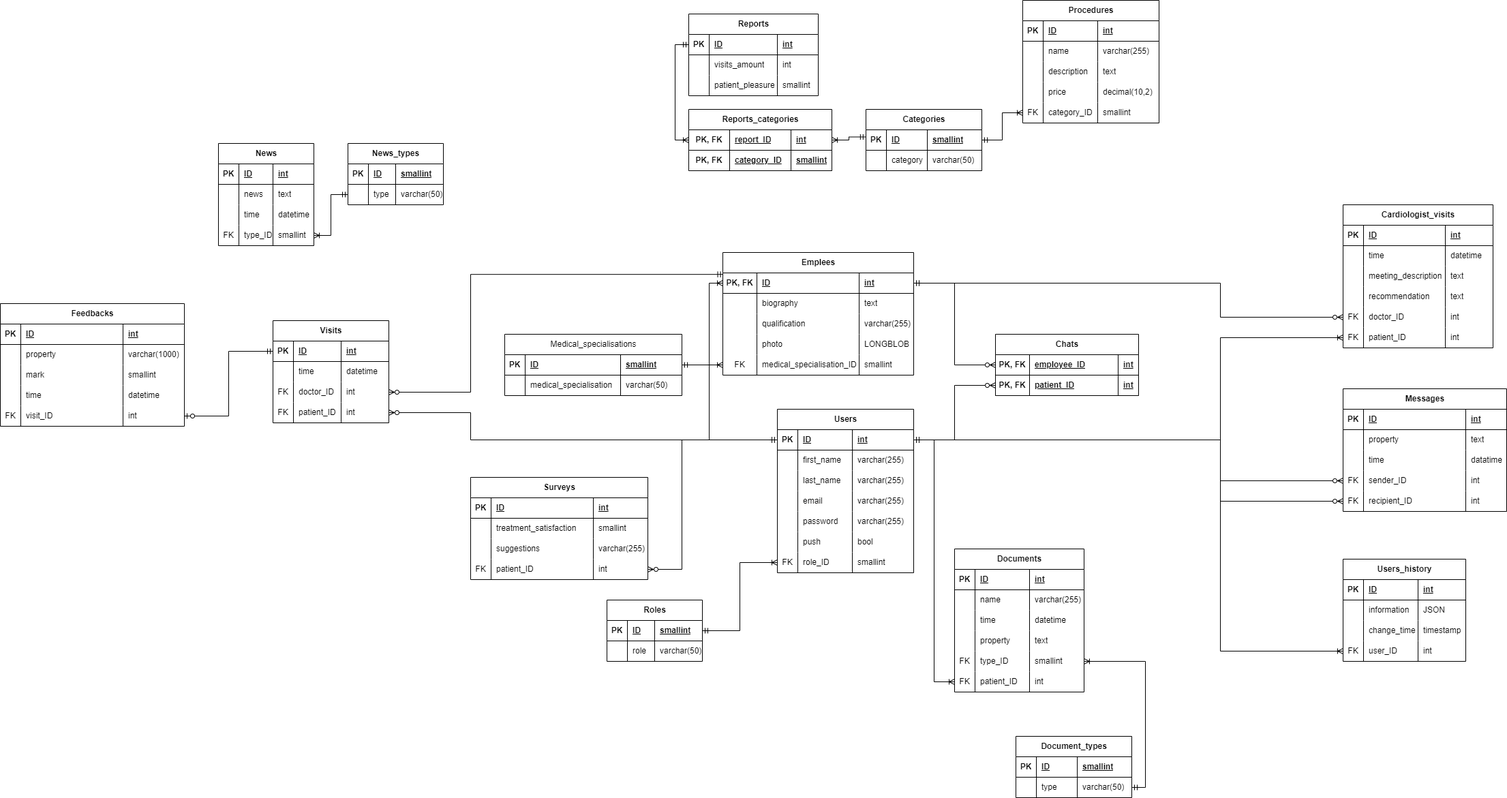
Before: Medical-Clinic-Management-Application.drawio.png, a diagram exported from draw.io (Yuliy8051/Medical-Clinic-Management-Application). Source tidied: cells renumbered, new cells last; positions are measured from the earlier drawing's top-left corner, leaving out a move shared by most shapes.
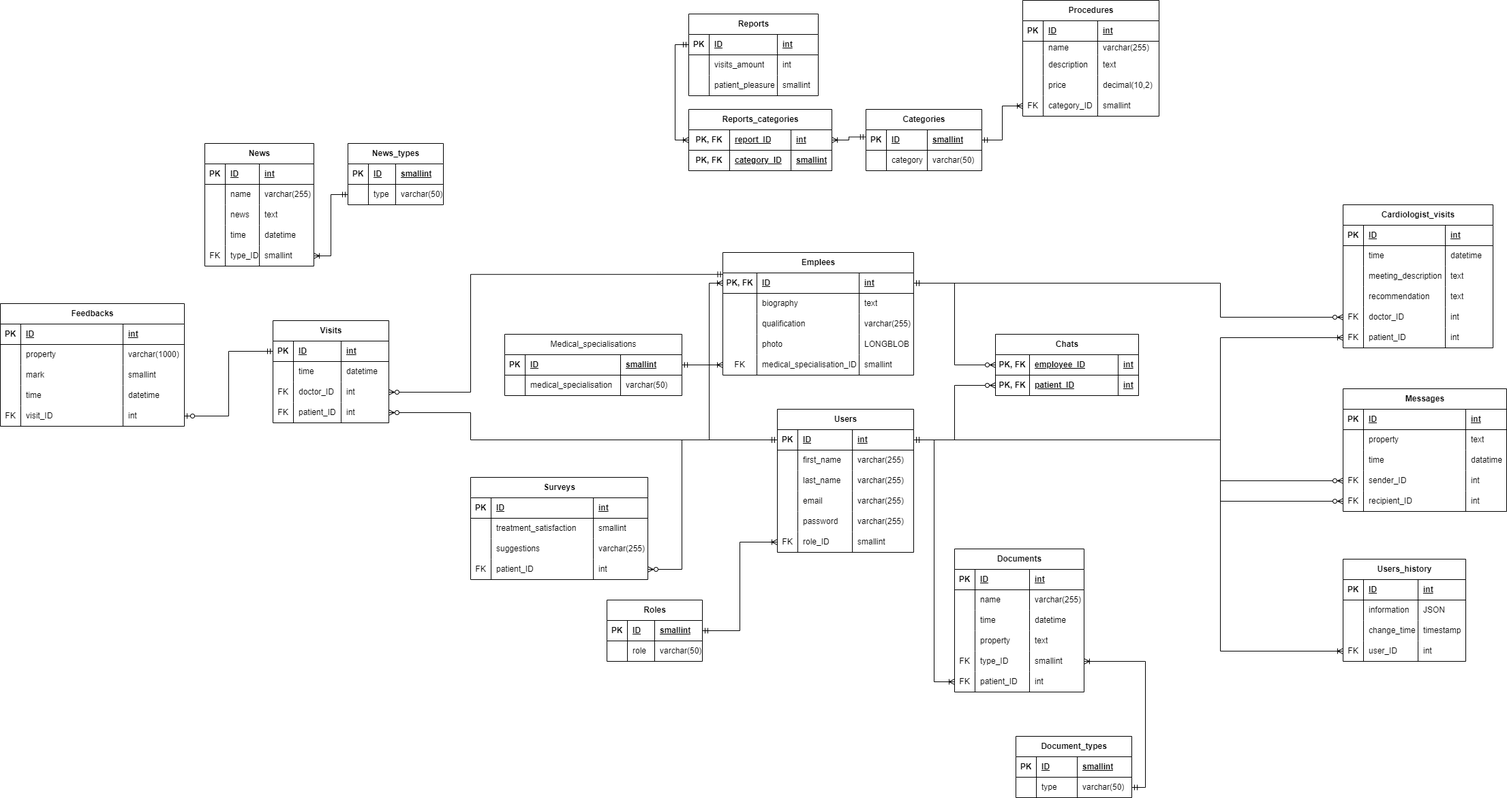
After the change.

Commit message:
Actualisation of database ERD

Change to the diagram source:
```diff
@@ -3,7 +3,7 @@
     <mxCell id="0" />
     <mxCell id="1" parent="0" />
     <mxCell id="2" value="Users" style="shape=table;startSize=30;rowLines=0;fontStyle=1;align=center;html=1;" parent="1" vertex="1">
-      <mxGeometry x="1140" y="600" width="200" height="240" as="geometry" />
+      <mxGeometry x="1140" y="600" width="200" height="210" as="geometry" />
     </mxCell>
     <mxCell id="3" style="shape=tableRow;horizontal=0;startSize=0;swimlaneHead=0;swimlaneBody=0;fillColor=none;points=[[0,0.5],[1,0.5]];portConstraint=eastwest;top=0;left=0;right=0;bottom=1;" parent="2" vertex="1">
       <mxGeometry y="30" width="200" height="30" as="geometry" />
@@ -65,20 +65,8 @@
     <mxCell id="22" value="varchar(255)" style="shape=partialRectangle;fillColor=none;top=0;left=0;bottom=0;right=0;align=left;spacingLeft=6;overflow=hidden;whiteSpace=wrap;html=1;" parent="19" vertex="1">
       <mxGeometry x="110" width="90" height="30" as="geometry" />
     </mxCell>
-    <mxCell id="23" style="shape=tableRow;horizontal=0;startSize=0;swimlaneHead=0;swimlaneBody=0;fillColor=none;top=0;left=0;right=0;bottom=0;" parent="2" vertex="1">
-      <mxGeometry y="180" width="200" height="30" as="geometry" />
-    </mxCell>
-    <mxCell id="24" style="shape=partialRectangle;fillColor=none;top=0;left=0;bottom=0;right=0;overflow=hidden;whiteSpace=wrap;html=1;" parent="23" vertex="1">
-      <mxGeometry width="30" height="30" as="geometry" />
-    </mxCell>
-    <mxCell id="25" value="push" style="shape=partialRectangle;fillColor=none;top=0;left=0;bottom=0;right=0;align=left;spacingLeft=6;overflow=hidden;whiteSpace=wrap;html=1;" parent="23" vertex="1">
-      <mxGeometry x="30" width="80" height="30" as="geometry" />
-    </mxCell>
-    <mxCell id="26" value="bool" style="shape=partialRectangle;fillColor=none;top=0;left=0;bottom=0;right=0;align=left;spacingLeft=6;overflow=hidden;whiteSpace=wrap;html=1;" parent="23" vertex="1">
-      <mxGeometry x="110" width="90" height="30" as="geometry" />
-    </mxCell>
     <mxCell id="27" style="shape=tableRow;horizontal=0;startSize=0;swimlaneHead=0;swimlaneBody=0;fillColor=none;points=[[0,0.5],[1,0.5]];portConstraint=eastwest;top=0;left=0;right=0;bottom=0;" parent="2" vertex="1">
-      <mxGeometry y="210" width="200" height="30" as="geometry" />
+      <mxGeometry y="180" width="200" height="30" as="geometry" />
     </mxCell>
     <mxCell id="28" value="FK" style="shape=partialRectangle;fillColor=none;top=0;left=0;bottom=0;right=0;overflow=hidden;whiteSpace=wrap;html=1;" parent="27" vertex="1">
       <mxGeometry width="30" height="30" as="geometry" />
@@ -243,7 +231,7 @@
       <mxGeometry x="110" width="70" height="30" as="geometry" />
     </mxCell>
     <mxCell id="82" value="Procedures" style="shape=table;startSize=30;rowLines=0;fontStyle=1;align=center;html=1;" parent="1" vertex="1">
-      <mxGeometry x="1500" width="200" height="180" as="geometry" />
+      <mxGeometry x="1500" width="200" height="170" as="geometry" />
     </mxCell>
     <mxCell id="83" style="shape=tableRow;horizontal=0;startSize=0;swimlaneHead=0;swimlaneBody=0;fillColor=none;top=0;left=0;right=0;bottom=1;" parent="82" vertex="1">
       <mxGeometry y="30" width="200" height="30" as="geometry" />
@@ -258,19 +246,19 @@
       <mxGeometry x="110" width="90" height="30" as="geometry" />
     </mxCell>
     <mxCell id="87" style="shape=tableRow;horizontal=0;startSize=0;swimlaneHead=0;swimlaneBody=0;fillColor=none;top=0;left=0;right=0;bottom=0;" parent="82" vertex="1">
-      <mxGeometry y="60" width="200" height="30" as="geometry" />
+      <mxGeometry y="60" width="200" height="20" as="geometry" />
     </mxCell>
     <mxCell id="88" style="shape=partialRectangle;fillColor=none;top=0;left=0;bottom=0;right=0;overflow=hidden;whiteSpace=wrap;html=1;" parent="87" vertex="1">
-      <mxGeometry width="30" height="30" as="geometry" />
+      <mxGeometry width="30" height="20" as="geometry" />
     </mxCell>
     <mxCell id="89" value="name" style="shape=partialRectangle;fillColor=none;top=0;left=0;bottom=0;right=0;align=left;spacingLeft=6;overflow=hidden;whiteSpace=wrap;html=1;" parent="87" vertex="1">
-      <mxGeometry x="30" width="80" height="30" as="geometry" />
+      <mxGeometry x="30" width="80" height="20" as="geometry" />
     </mxCell>
     <mxCell id="90" value="varchar(255)" style="shape=partialRectangle;fillColor=none;top=0;left=0;bottom=0;right=0;align=left;spacingLeft=6;overflow=hidden;whiteSpace=wrap;html=1;" parent="87" vertex="1">
-      <mxGeometry x="110" width="90" height="30" as="geometry" />
+      <mxGeometry x="110" width="90" height="20" as="geometry" />
     </mxCell>
     <mxCell id="91" style="shape=tableRow;horizontal=0;startSize=0;swimlaneHead=0;swimlaneBody=0;fillColor=none;top=0;left=0;right=0;bottom=0;" parent="82" vertex="1">
-      <mxGeometry y="90" width="200" height="30" as="geometry" />
+      <mxGeometry y="80" width="200" height="30" as="geometry" />
     </mxCell>
     <mxCell id="92" style="shape=partialRectangle;fillColor=none;top=0;left=0;bottom=0;right=0;overflow=hidden;whiteSpace=wrap;html=1;" parent="91" vertex="1">
       <mxGeometry width="30" height="30" as="geometry" />
@@ -282,7 +270,7 @@
       <mxGeometry x="110" width="90" height="30" as="geometry" />
     </mxCell>
     <mxCell id="95" style="shape=tableRow;horizontal=0;startSize=0;swimlaneHead=0;swimlaneBody=0;fillColor=none;top=0;left=0;right=0;bottom=0;" parent="82" vertex="1">
-      <mxGeometry y="120" width="200" height="30" as="geometry" />
+      <mxGeometry y="110" width="200" height="30" as="geometry" />
     </mxCell>
     <mxCell id="96" style="shape=partialRectangle;fillColor=none;top=0;left=0;bottom=0;right=0;overflow=hidden;whiteSpace=wrap;html=1;" parent="95" vertex="1">
       <mxGeometry width="30" height="30" as="geometry" />
@@ -294,7 +282,7 @@
       <mxGeometry x="110" width="90" height="30" as="geometry" />
     </mxCell>
     <mxCell id="99" style="shape=tableRow;horizontal=0;startSize=0;swimlaneHead=0;swimlaneBody=0;fillColor=none;points=[[0,0.5],[1,0.5]];portConstraint=eastwest;top=0;left=0;right=0;bottom=0;" parent="82" vertex="1">
-      <mxGeometry y="150" width="200" height="30" as="geometry" />
+      <mxGeometry y="140" width="200" height="30" as="geometry" />
     </mxCell>
     <mxCell id="100" value="FK" style="shape=partialRectangle;fillColor=none;top=0;left=0;bottom=0;right=0;overflow=hidden;whiteSpace=wrap;html=1;" parent="99" vertex="1">
       <mxGeometry width="30" height="30" as="geometry" />
@@ -423,10 +411,10 @@
       <mxGeometry x="170" width="90" height="30" as="geometry" />
     </mxCell>
     <mxCell id="142" value="News" style="shape=table;startSize=30;rowLines=0;fontStyle=1;align=center;html=1;" parent="1" vertex="1">
-      <mxGeometry x="320" y="210" width="140" height="150" as="geometry" />
+      <mxGeometry x="300" y="210" width="160" height="180" as="geometry" />
     </mxCell>
     <mxCell id="143" style="shape=tableRow;horizontal=0;startSize=0;swimlaneHead=0;swimlaneBody=0;fillColor=none;top=0;left=0;right=0;bottom=1;" parent="142" vertex="1">
-      <mxGeometry y="30" width="140" height="30" as="geometry" />
+      <mxGeometry y="30" width="160" height="30" as="geometry" />
     </mxCell>
     <mxCell id="144" value="PK" style="shape=partialRectangle;fillColor=none;top=0;left=0;bottom=0;right=0;fontStyle=1;overflow=hidden;whiteSpace=wrap;html=1;" parent="143" vertex="1">
       <mxGeometry width="30" height="30" as="geometry" />
@@ -435,10 +423,22 @@
       <mxGeometry x="30" width="50" height="30" as="geometry" />
     </mxCell>
     <mxCell id="146" value="int" style="shape=partialRectangle;fillColor=none;top=0;left=0;bottom=0;right=0;align=left;spacingLeft=6;fontStyle=5;overflow=hidden;whiteSpace=wrap;html=1;" parent="143" vertex="1">
-      <mxGeometry x="80" width="60" height="30" as="geometry" />
+      <mxGeometry x="80" width="80" height="30" as="geometry" />
     </mxCell>
+    <mxCell id="329" style="shape=tableRow;horizontal=0;startSize=0;swimlaneHead=0;swimlaneBody=0;fillColor=none;top=0;left=0;right=0;bottom=0;" parent="142" vertex="1">
+      <mxGeometry y="60" width="160" height="30" as="geometry" />
+    </mxCell>
+    <mxCell id="24" style="shape=partialRectangle;fillColor=none;top=0;left=0;bottom=0;right=0;overflow=hidden;whiteSpace=wrap;html=1;" parent="329" vertex="1">
+      <mxGeometry width="30" height="30" as="geometry" />
+    </mxCell>
+    <mxCell id="330" value="name" style="shape=partialRectangle;fillColor=none;top=0;left=0;bottom=0;right=0;align=left;spacingLeft=6;overflow=hidden;whiteSpace=wrap;html=1;" parent="329" vertex="1">
+      <mxGeometry x="30" width="50" height="30" as="geometry" />
+    </mxCell>
+    <mxCell id="331" value="varchar(255)" style="shape=partialRectangle;fillColor=none;top=0;left=0;bottom=0;right=0;align=left;spacingLeft=6;overflow=hidden;whiteSpace=wrap;html=1;" parent="329" vertex="1">
+      <mxGeometry x="80" width="80" height="30" as="geometry" />
+    </mxCell>
     <mxCell id="147" style="shape=tableRow;horizontal=0;startSize=0;swimlaneHead=0;swimlaneBody=0;fillColor=none;top=0;left=0;right=0;bottom=0;" parent="142" vertex="1">
-      <mxGeometry y="60" width="140" height="30" as="geometry" />
+      <mxGeometry y="90" width="160" height="30" as="geometry" />
     </mxCell>
     <mxCell id="148" style="shape=partialRectangle;fillColor=none;top=0;left=0;bottom=0;right=0;overflow=hidden;whiteSpace=wrap;html=1;" parent="147" vertex="1">
       <mxGeometry width="30" height="30" as="geometry" />
@@ -447,10 +447,10 @@
       <mxGeometry x="30" width="50" height="30" as="geometry" />
     </mxCell>
     <mxCell id="150" value="text" style="shape=partialRectangle;fillColor=none;top=0;left=0;bottom=0;right=0;align=left;spacingLeft=6;overflow=hidden;whiteSpace=wrap;html=1;" parent="147" vertex="1">
-      <mxGeometry x="80" width="60" height="30" as="geometry" />
+      <mxGeometry x="80" width="80" height="30" as="geometry" />
     </mxCell>
     <mxCell id="151" style="shape=tableRow;horizontal=0;startSize=0;swimlaneHead=0;swimlaneBody=0;fillColor=none;top=0;left=0;right=0;bottom=0;" parent="142" vertex="1">
-      <mxGeometry y="90" width="140" height="30" as="geometry" />
+      <mxGeometry y="120" width="160" height="30" as="geometry" />
     </mxCell>
     <mxCell id="152" style="shape=partialRectangle;fillColor=none;top=0;left=0;bottom=0;right=0;overflow=hidden;whiteSpace=wrap;html=1;" parent="151" vertex="1">
       <mxGeometry width="30" height="30" as="geometry" />
@@ -459,10 +459,10 @@
       <mxGeometry x="30" width="50" height="30" as="geometry" />
     </mxCell>
     <mxCell id="154" value="datetime" style="shape=partialRectangle;fillColor=none;top=0;left=0;bottom=0;right=0;align=left;spacingLeft=6;overflow=hidden;whiteSpace=wrap;html=1;" parent="151" vertex="1">
-      <mxGeometry x="80" width="60" height="30" as="geometry" />
+      <mxGeometry x="80" width="80" height="30" as="geometry" />
     </mxCell>
     <mxCell id="155" style="shape=tableRow;horizontal=0;startSize=0;swimlaneHead=0;swimlaneBody=0;fillColor=none;points=[[0,0.5],[1,0.5]];portConstraint=eastwest;top=0;left=0;right=0;bottom=0;" parent="142" vertex="1">
-      <mxGeometry y="120" width="140" height="30" as="geometry" />
+      <mxGeometry y="150" width="160" height="30" as="geometry" />
     </mxCell>
     <mxCell id="156" value="FK" style="shape=partialRectangle;fillColor=none;top=0;left=0;bottom=0;right=0;overflow=hidden;whiteSpace=wrap;html=1;" parent="155" vertex="1">
       <mxGeometry width="30" height="30" as="geometry" />
@@ -471,7 +471,7 @@
       <mxGeometry x="30" width="50" height="30" as="geometry" />
     </mxCell>
     <mxCell id="158" value="smallint" style="shape=partialRectangle;fillColor=none;top=0;left=0;bottom=0;right=0;align=left;spacingLeft=6;overflow=hidden;whiteSpace=wrap;html=1;" parent="155" vertex="1">
-      <mxGeometry x="80" width="60" height="30" as="geometry" />
+      <mxGeometry x="80" width="80" height="30" as="geometry" />
     </mxCell>
     <mxCell id="159" value="Visits" style="shape=table;startSize=30;rowLines=0;fontStyle=1;align=center;html=1;" parent="1" vertex="1">
       <mxGeometry x="400" y="470" width="170" height="150" as="geometry" />
```
